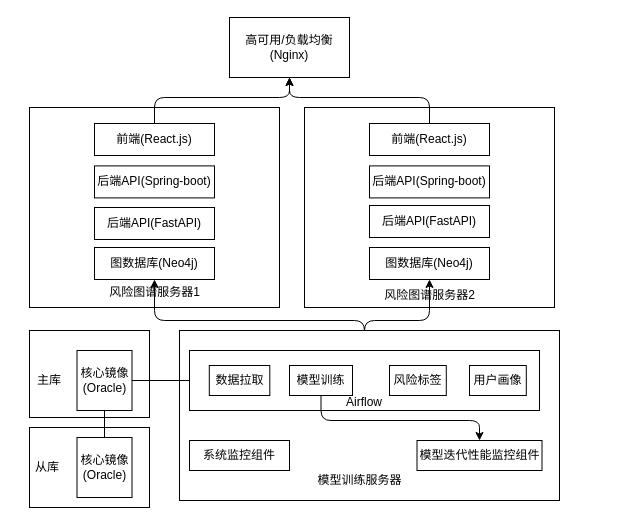
This is page "应用部署拓扑图" (3 of 7) of 太平/taiping-arch.drawio from XiaoLiuAI/diagrams, a draw.io file, before an edit. Source tidied: cells renumbered, new cells numbered last; positions are measured from the earlier drawing's top-left corner, leaving out a move shared by most shapes. Both pictures are drawn from the tidied source at 100%, with x=0, y=0 at pixel (17, 17).
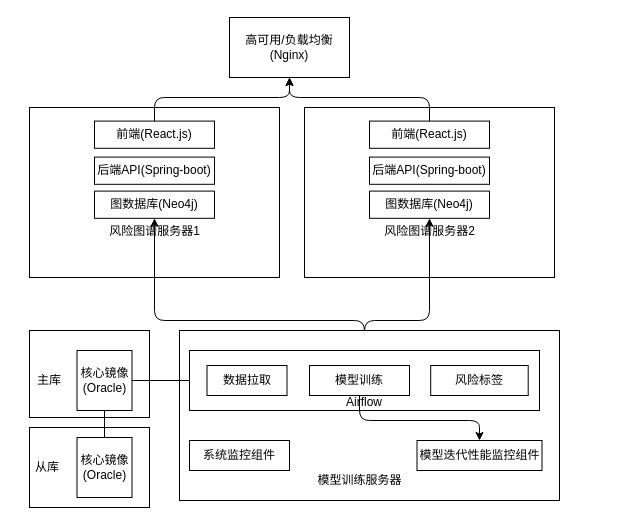
Above is the later version.

The change refers to these unchanged cells:
```xml
<mxCell id="25" style="group;" parent="1" vertex="1">
  <mxGeometry x="172" y="333" width="352.5" height="140" as="geometry" />
</mxCell>
```

The edit, as a diff of the source:
```diff
@@
     <mxCell id="4" style="group;" parent="1" vertex="1">
-      <mxGeometry x="12" y="90" width="250" height="200" as="geometry" />
+      <mxGeometry x="12" y="90" width="250" height="170" as="geometry" />
     </mxCell>
     <mxCell id="5" style="rounded=0;whiteSpace=wrap;html=1;" parent="4" vertex="1">
-      <mxGeometry width="250" height="200" as="geometry" />
+      <mxGeometry width="250" height="170" as="geometry" />
     </mxCell>
     <mxCell id="6" value="风险图谱服务器1" style="text;html=1;strokeColor=none;fillColor=none;align=center;verticalAlign=middle;whiteSpace=wrap;rounded=0;" parent="4" vertex="1">
-      <mxGeometry x="78.8" y="176.5" width="92.5" height="16" as="geometry" />
+      <mxGeometry x="78.8" y="117.6" width="92.5" height="13.6" as="geometry" />
     </mxCell>
     <mxCell id="7" value="前端(React.js)" style="rounded=0;whiteSpace=wrap;html=1;" parent="4" vertex="1">
-      <mxGeometry x="65" y="16" width="120" height="32" as="geometry" />
+      <mxGeometry x="65" y="13.6" width="120" height="27.2" as="geometry" />
     </mxCell>
     <mxCell id="8" value="后端API(Spring-boot)" style="rounded=0;whiteSpace=wrap;html=1;" parent="4" vertex="1">
-      <mxGeometry x="65" y="58.4" width="120" height="32" as="geometry" />
+      <mxGeometry x="65" y="49.6" width="120" height="27.2" as="geometry" />
     </mxCell>
     <mxCell id="9" value="图数据库(Neo4j)" style="rounded=0;whiteSpace=wrap;html=1;" parent="4" vertex="1">
-      <mxGeometry x="65" y="140" width="120" height="32" as="geometry" />
+      <mxGeometry x="65" y="83.6" width="120" height="27.2" as="geometry" />
     </mxCell>
-    <mxCell id="10" value="后端API(FastAPI)" style="rounded=0;whiteSpace=wrap;html=1;" parent="4" vertex="1">
-      <mxGeometry x="65" y="100" width="120" height="32" as="geometry" />
-    </mxCell>
     <mxCell id="11" style="group;" parent="1" vertex="1">
-      <mxGeometry x="287" y="90" width="315" height="200" as="geometry" />
+      <mxGeometry x="287" y="90" width="315" height="170" as="geometry" />
     </mxCell>
     <mxCell id="12" style="rounded=0;whiteSpace=wrap;html=1;" parent="11" vertex="1">
-      <mxGeometry width="250" height="200" as="geometry" />
+      <mxGeometry width="250" height="170" as="geometry" />
     </mxCell>
     <mxCell id="13" value="风险图谱服务器2" style="text;html=1;strokeColor=none;fillColor=none;align=center;verticalAlign=middle;whiteSpace=wrap;rounded=0;" parent="11" vertex="1">
-      <mxGeometry x="78.8" y="180" width="92.5" height="16" as="geometry" />
+      <mxGeometry x="78.8" y="117.6" width="92.5" height="13.6" as="geometry" />
     </mxCell>
     <mxCell id="14" value="前端(React.js)" style="rounded=0;whiteSpace=wrap;html=1;" parent="11" vertex="1">
-      <mxGeometry x="65" y="16" width="120" height="32" as="geometry" />
+      <mxGeometry x="65" y="13.6" width="120" height="27.2" as="geometry" />
     </mxCell>
     <mxCell id="15" value="后端API(Spring-boot)" style="rounded=0;whiteSpace=wrap;html=1;" parent="11" vertex="1">
-      <mxGeometry x="65" y="58.4" width="120" height="32" as="geometry" />
+      <mxGeometry x="65" y="49.6" width="120" height="27.2" as="geometry" />
     </mxCell>
     <mxCell id="16" value="图数据库(Neo4j)" style="rounded=0;whiteSpace=wrap;html=1;" parent="11" vertex="1">
-      <mxGeometry x="65" y="140" width="120" height="32" as="geometry" />
+      <mxGeometry x="65" y="83.6" width="120" height="27.2" as="geometry" />
     </mxCell>
-    <mxCell id="17" value="后端API(FastAPI)" style="rounded=0;whiteSpace=wrap;html=1;" parent="11" vertex="1">
-      <mxGeometry x="65" y="98" width="120" height="32" as="geometry" />
-    </mxCell>
@@
     <mxCell id="30" value="数据拉取" style="rounded=0;whiteSpace=wrap;html=1;" parent="25" vertex="1">
-      <mxGeometry x="19.8" y="15" width="60.5" height="30" as="geometry" />
+      <mxGeometry x="17.5" y="15" width="80" height="30" as="geometry" />
     </mxCell>
     <mxCell id="31" value="模型训练" style="rounded=0;whiteSpace=wrap;html=1;" parent="25" vertex="1">
-      <mxGeometry x="100" y="15" width="63" height="30" as="geometry" />
+      <mxGeometry x="120" y="15" width="100" height="30" as="geometry" />
     </mxCell>
     <mxCell id="32" value="风险标签" style="rounded=0;whiteSpace=wrap;html=1;" parent="25" vertex="1">
-      <mxGeometry x="200" y="15" width="56.8" height="30" as="geometry" />
+      <mxGeometry x="241.2" y="15" width="97.5" height="30" as="geometry" />
     </mxCell>
@@
-    <mxCell id="34" value="用户画像" style="rounded=0;whiteSpace=wrap;html=1;" parent="25" vertex="1">
-      <mxGeometry x="280" y="15" width="56.8" height="30" as="geometry" />
-    </mxCell>
```
